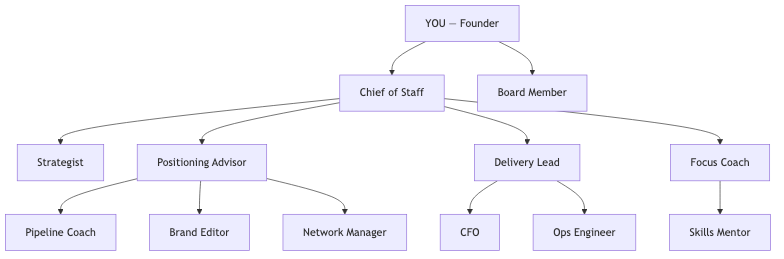
msolecki/founder-os keeps this Mermaid diagram as founder-os/images/org-chart.png. Above is the earlier version. Its source is kept beside it as founder-os/images/org-chart.mmd.
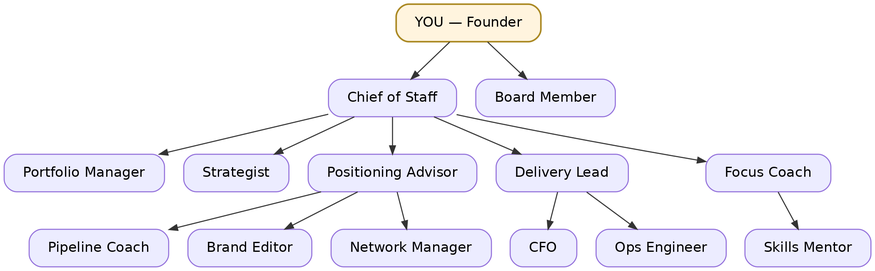
After the commit.

Diff of the diagram source:
```diff
@@ -2,6 +2,7 @@
     F[YOU — Founder]
     F --> COS[Chief of Staff]
     F --> BM[Board Member]
+    COS --> PM[Portfolio Manager]
     COS --> ST[Strategist]
     COS --> PA[Positioning Advisor]
     COS --> DL[Delivery Lead]
```
